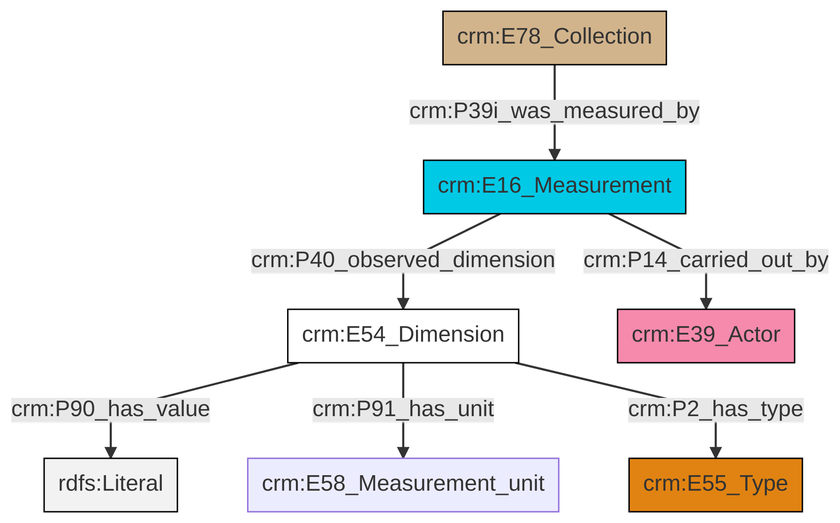
swiss-art-research-net/docs.swissartresearch keeps this Mermaid diagram as et/archivalCSV/ttl/mmd/png/archival_substance.png. Above is the earlier version. Its source is kept beside it as et/archivalCSV/ttl/mmd/archival_substance.ttl.mmd.
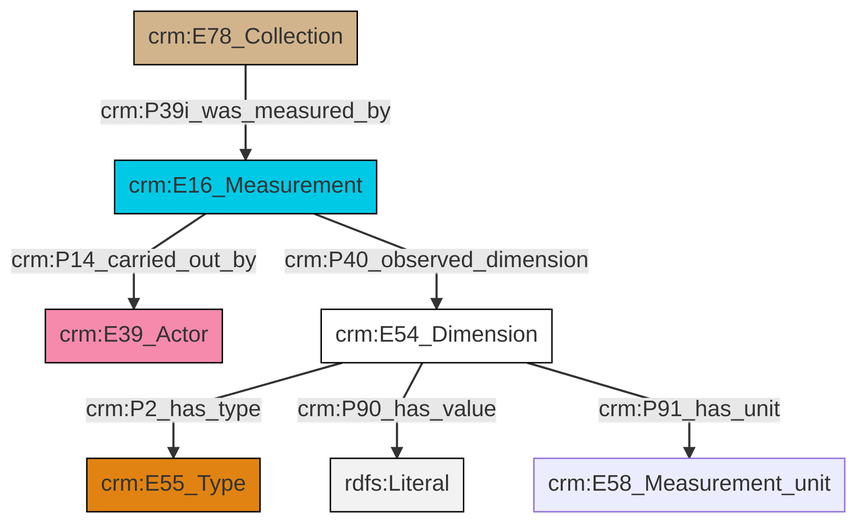
Later version of the same file.

Change to the diagram source:
```diff
@@ -13,9 +13,9 @@
 classDef PC_Classes fill:#4ce600, stroke:#000000;
 classDef Multi fill:#cccccc,stroke:#000000;
 
-0["crm:E54_Dimension"]:::CRM_Entity -->|crm:P90_has_value| 4[rdfs:Literal]:::Literal
-0["crm:E54_Dimension"]:::CRM_Entity -->|crm:P91_has_unit| 5["crm:E58_Measurement_unit"]:::Default
-0["crm:E54_Dimension"]:::CRM_Entity -->|crm:P2_has_type| 6["crm:E55_Type"]:::Type
-7["crm:E16_Measurement"]:::Temporal_Entity -->|crm:P14_carried_out_by| 2["crm:E39_Actor"]:::Actor
-9["crm:E78_Collection"]:::Physical_Thing -->|crm:P39i_was_measured_by| 7["crm:E16_Measurement"]:::Temporal_Entity
-7["crm:E16_Measurement"]:::Temporal_Entity -->|crm:P40_observed_dimension| 0["crm:E54_Dimension"]:::CRM_Entity
+6["crm:E16_Measurement"]:::Temporal_Entity -->|crm:P14_carried_out_by| 4["crm:E39_Actor"]:::Actor
+8["crm:E54_Dimension"]:::CRM_Entity -->|crm:P2_has_type| 2["crm:E55_Type"]:::Type
+0["crm:E78_Collection"]:::Physical_Thing -->|crm:P39i_was_measured_by| 6["crm:E16_Measurement"]:::Temporal_Entity
+8["crm:E54_Dimension"]:::CRM_Entity -->|crm:P90_has_value| 11[rdfs:Literal]:::Literal
+6["crm:E16_Measurement"]:::Temporal_Entity -->|crm:P40_observed_dimension| 8["crm:E54_Dimension"]:::CRM_Entity
+8["crm:E54_Dimension"]:::CRM_Entity -->|crm:P91_has_unit| 9["crm:E58_Measurement_unit"]:::Default
```
